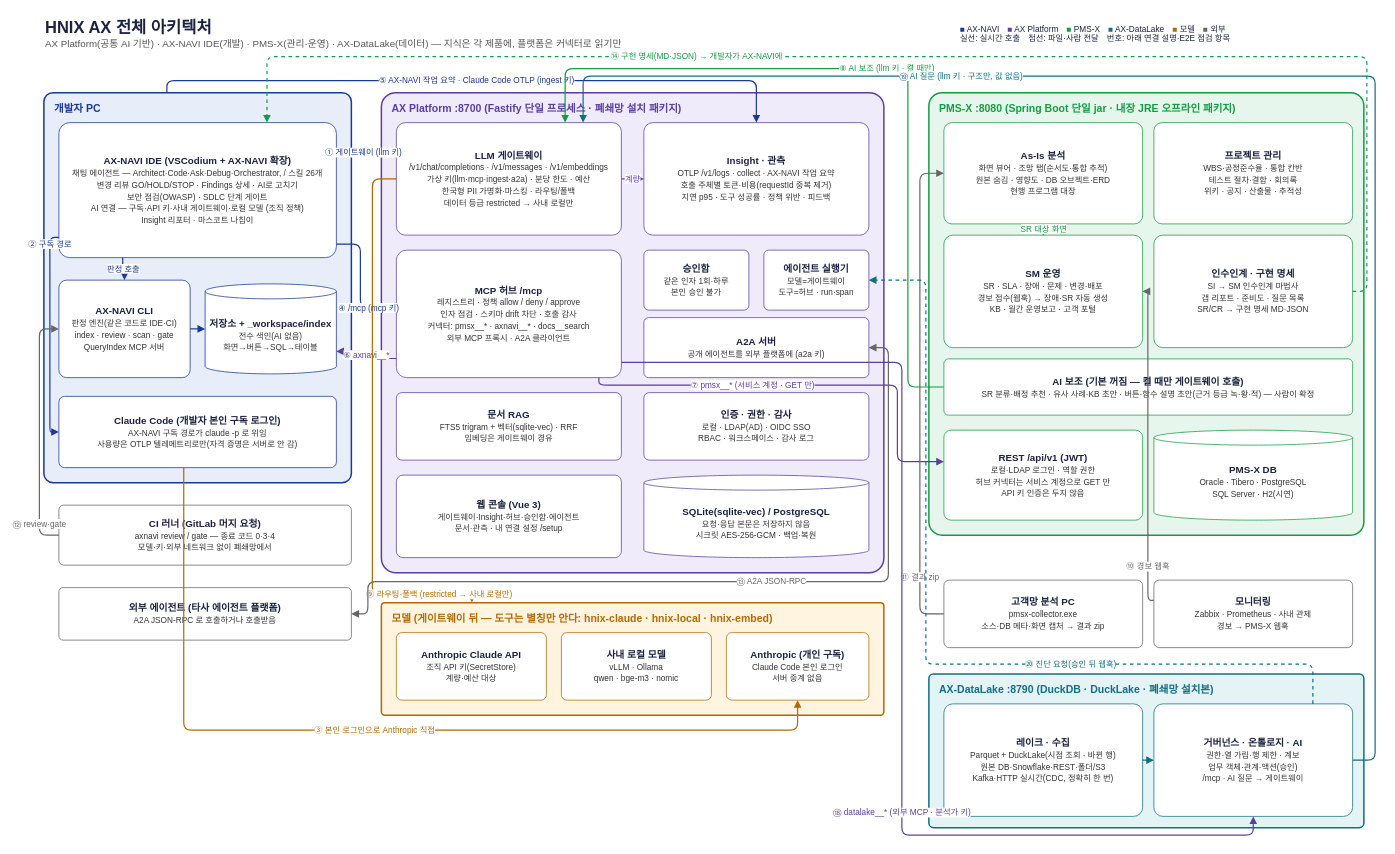
Before: page "1. 전체 아키텍처" (1 of 2) of download/hnix-ax-architecture.drawio in Malburi/hnix-ax-site, a draw.io diagram. Source tidied: cells renumbered, new cells numbered last; positions are measured from the earlier drawing's top-left corner, leaving out a move shared by most shapes. Both pictures are drawn from the tidied source at 75%, with x=0, y=0 at pixel (39, 13).
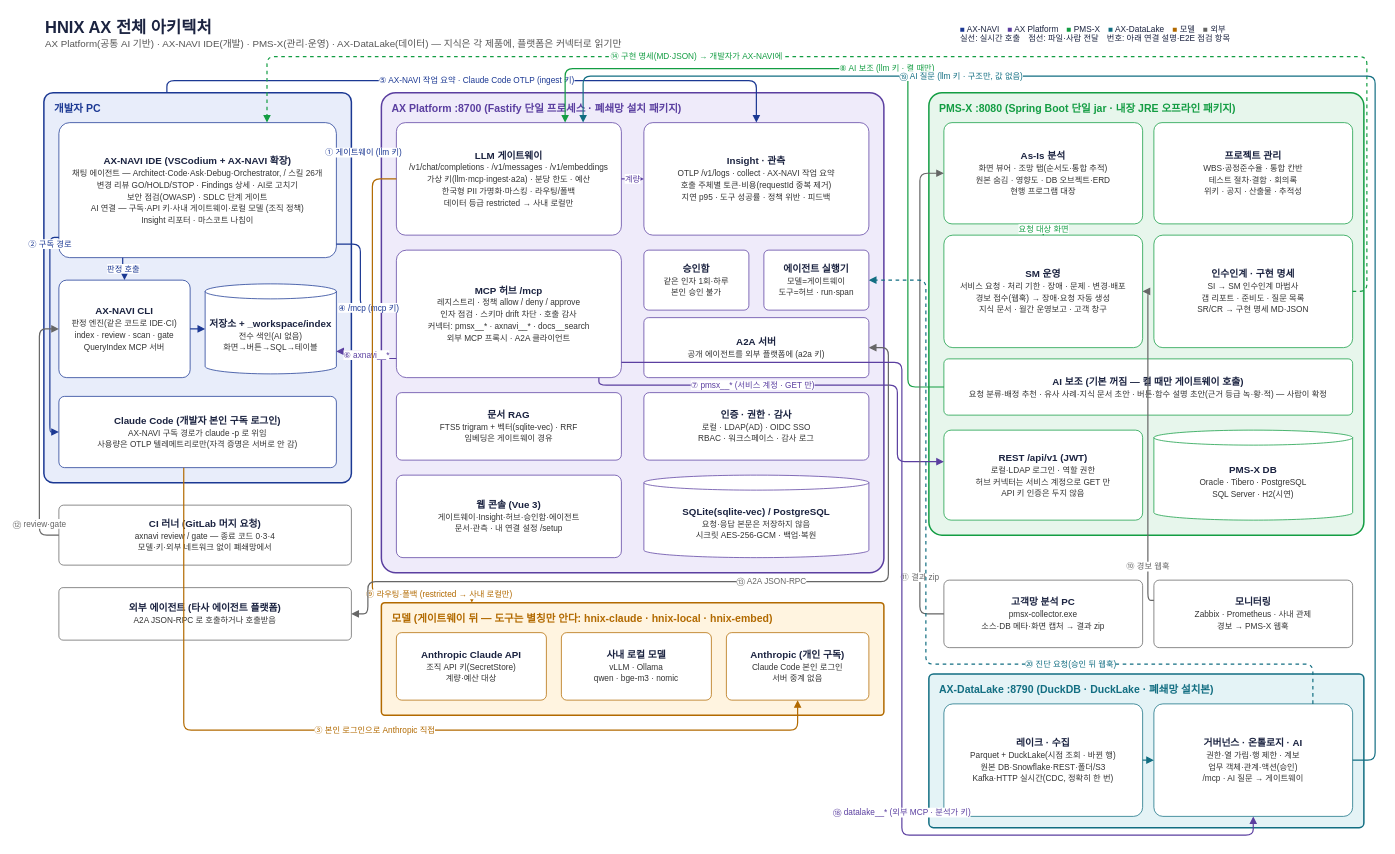
Above is the later version.

Unchanged cells that the change refers to:
```xml
<mxCell id="23" value="&lt;b&gt;As-Is 분석&lt;/b&gt;&lt;br&gt;&lt;font style='font-size:11px' color='#333333'&gt;화면 뷰어 · 조망 탭(순서도·통합 추적)&lt;/font&gt;&lt;br&gt;&lt;font style='font-size:11px' color='#333333'&gt;원본 숨김 · 영향도 · DB 오브젝트·ERD&lt;/font&gt;&lt;br&gt;&lt;font style='font-size:11px' color='#333333'&gt;현행 프로그램 대장&lt;/font&gt;" style="rounded=1;arcSize=8;whiteSpace=wrap;html=1;strokeColor=#139D43;fillColor=#FFFFFF;fontSize=13;fontColor=#1B2340;" parent="1" vertex="1">
  <mxGeometry x="1206" y="146" width="265" height="135" as="geometry" />
</mxCell>
```

What changed in the source:
```diff
@@
-    <mxCell id="25" value="&lt;b&gt;SM 운영&lt;/b&gt;&lt;br&gt;&lt;font style='font-size:11px' color='#333333'&gt;SR · SLA · 장애 · 문제 · 변경·배포&lt;/font&gt;&lt;br&gt;&lt;font style='font-size:11px' color='#333333'&gt;경보 접수(웹훅) → 장애·SR 자동 생성&lt;/font&gt;&lt;br&gt;&lt;font style='font-size:11px' color='#333333'&gt;KB · 월간 운영보고 · 고객 포털&lt;/font&gt;" style="rounded=1;arcSize=8;whiteSpace=wrap;html=1;strokeColor=#139D43;fillColor=#FFFFFF;fontSize=13;fontColor=#1B2340;" parent="1" vertex="1">
+    <mxCell id="25" value="&lt;b&gt;SM 운영&lt;/b&gt;&lt;br&gt;&lt;font style='font-size:11px' color='#333333'&gt;서비스 요청 · 처리 기한 · 장애 · 문제 · 변경·배포&lt;/font&gt;&lt;br&gt;&lt;font style='font-size:11px' color='#333333'&gt;경보 접수(웹훅) → 장애·요청 자동 생성&lt;/font&gt;&lt;br&gt;&lt;font style='font-size:11px' color='#333333'&gt;지식 문서 · 월간 운영보고 · 고객 창구&lt;/font&gt;" style="rounded=1;arcSize=8;whiteSpace=wrap;html=1;strokeColor=#139D43;fillColor=#FFFFFF;fontSize=13;fontColor=#1B2340;" parent="1" vertex="1">
       <mxGeometry x="1206" y="296" width="265" height="150" as="geometry" />
     </mxCell>
@@
-    <mxCell id="27" value="&lt;b&gt;AI 보조 (기본 꺼짐 — 켤 때만 게이트웨이 호출)&lt;/b&gt;&lt;br&gt;&lt;font style='font-size:11px' color='#333333'&gt;SR 분류·배정 추천 · 유사 사례·KB 초안 · 버튼·함수 설명 초안(근거 등급 녹·황·적) — 사람이 확정&lt;/font&gt;" style="rounded=1;arcSize=8;whiteSpace=wrap;html=1;strokeColor=#139D43;fillColor=#FFFFFF;fontSize=13;fontColor=#1B2340;" parent="1" vertex="1">
+    <mxCell id="27" value="&lt;b&gt;AI 보조 (기본 꺼짐 — 켤 때만 게이트웨이 호출)&lt;/b&gt;&lt;br&gt;&lt;font style='font-size:11px' color='#333333'&gt;요청 분류·배정 추천 · 유사 사례·지식 문서 초안 · 버튼·함수 설명 초안(근거 등급 녹·황·적) — 사람이 확정&lt;/font&gt;" style="rounded=1;arcSize=8;whiteSpace=wrap;html=1;strokeColor=#139D43;fillColor=#FFFFFF;fontSize=13;fontColor=#1B2340;" parent="1" vertex="1">
       <mxGeometry x="1206" y="461" width="545" height="75" as="geometry" />
     </mxCell>
@@
-    <mxCell id="56" value="SR 대상 화면" style="edgeStyle=orthogonalEdgeStyle;rounded=1;html=1;strokeColor=#139D43;strokeWidth=1.6;fontSize=11;fontColor=#139D43;labelBackgroundColor=#FFFFFF;endArrow=block;endFill=1;exitX=0.5;exitY=0;exitDx=0;exitDy=0;entryX=0.5;entryY=1;entryDx=0;entryDy=0;" parent="1" edge="1" source="25" target="23">
+    <mxCell id="56" value="요청 대상 화면" style="edgeStyle=orthogonalEdgeStyle;rounded=1;html=1;strokeColor=#139D43;strokeWidth=1.6;fontSize=11;fontColor=#139D43;labelBackgroundColor=#FFFFFF;endArrow=block;endFill=1;exitX=0.5;exitY=0;exitDx=0;exitDy=0;entryX=0.5;entryY=1;entryDx=0;entryDy=0;" parent="1" edge="1" source="25" target="23">
       <mxGeometry relative="1" as="geometry" />
     </mxCell>
```
